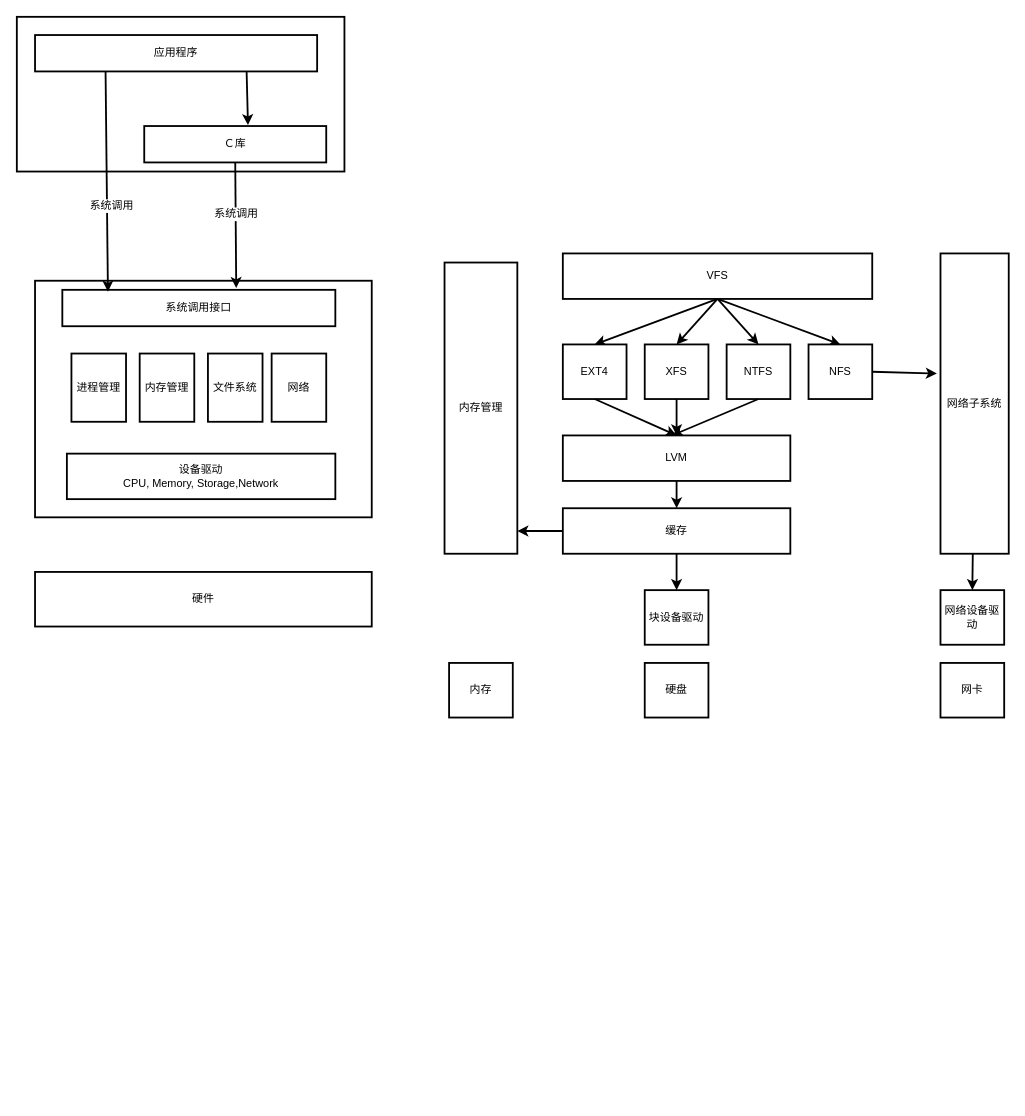
Above: Linux.drawio in zhubiaook/draw (draw.io), before the change. Source tidied: cells renumbered, new cells numbered last; positions are measured from the earlier drawing's top-left corner, leaving out a move shared by most shapes. Both pictures are drawn from the tidied source at 91%, with x=0, y=0 at pixel (16, 16).
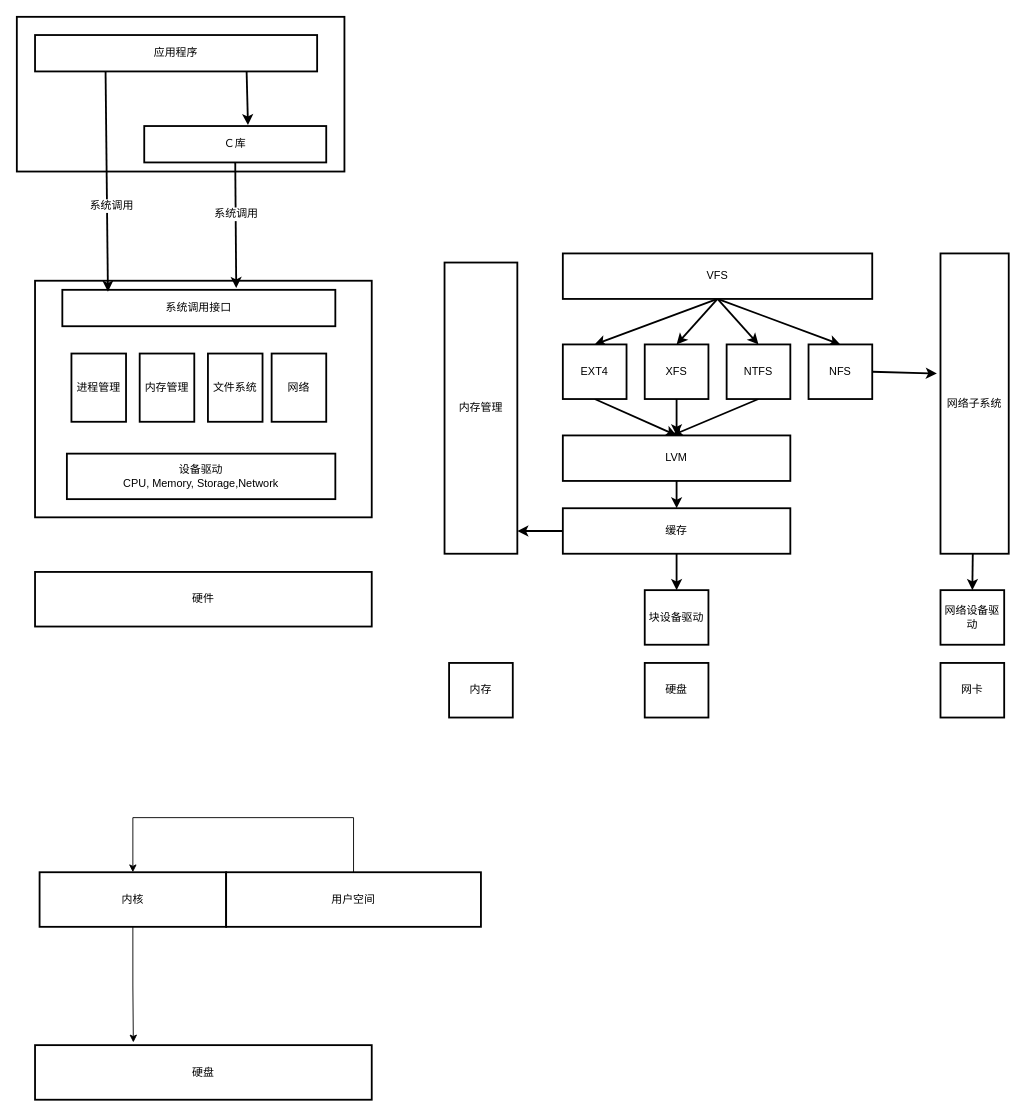
Above is the later version.

What changed in the source:
```diff
@@
+    <mxCell id="44" style="edgeStyle=orthogonalEdgeStyle;rounded=0;jettySize=auto;html=1;exitX=0.5;exitY=1;exitDx=0;exitDy=0;entryX=0.292;entryY=-0.05;entryDx=0;entryDy=0;entryPerimeter=0;" parent="1" edge="1" source="45" target="48">
+      <mxGeometry relative="1" as="geometry" />
+    </mxCell>
+    <mxCell id="45" value="内核" style="rounded=0;whiteSpace=wrap;html=1;strokeWidth=2;" parent="1" vertex="1">
+      <mxGeometry x="25" y="940" width="205" height="60" as="geometry" />
+    </mxCell>
+    <mxCell id="46" style="edgeStyle=orthogonalEdgeStyle;rounded=0;jettySize=auto;html=1;exitX=0.5;exitY=0;exitDx=0;exitDy=0;entryX=0.5;entryY=0;entryDx=0;entryDy=0;" parent="1" edge="1" source="47" target="45">
+      <mxGeometry relative="1" as="geometry">
+        <Array as="points">
+          <mxPoint x="370" y="880" />
+          <mxPoint x="128" y="880" />
+        </Array>
+      </mxGeometry>
+    </mxCell>
+    <mxCell id="47" value="用户空间" style="rounded=0;whiteSpace=wrap;html=1;strokeWidth=2;" parent="1" vertex="1">
+      <mxGeometry x="230" y="940" width="280" height="60" as="geometry" />
+    </mxCell>
+    <mxCell id="48" value="硬盘" style="rounded=0;whiteSpace=wrap;html=1;strokeWidth=2;" parent="1" vertex="1">
+      <mxGeometry x="20" y="1130" width="370" height="60" as="geometry" />
+    </mxCell>
```
